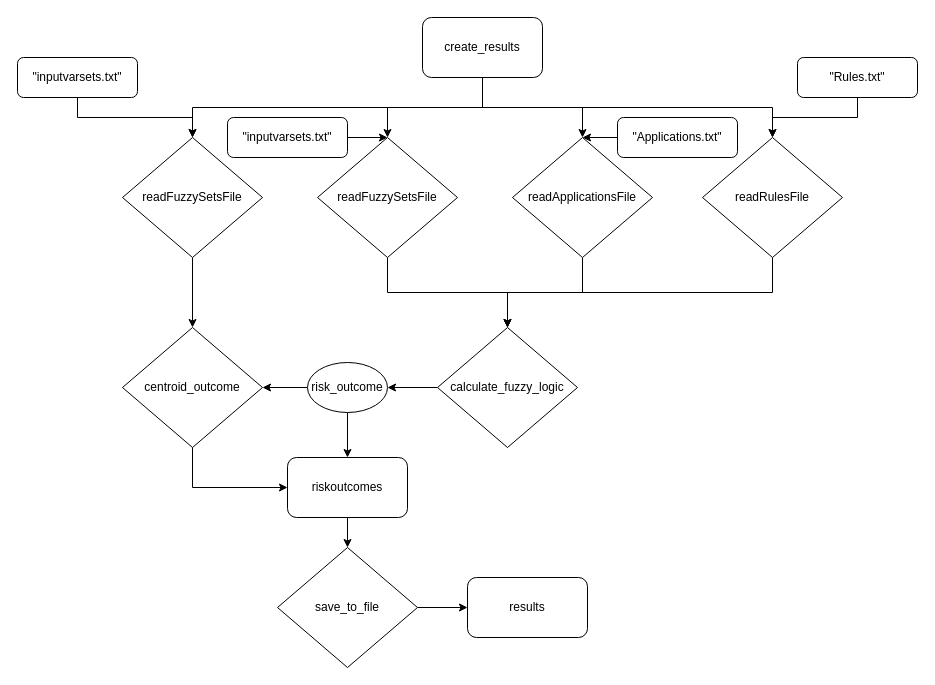
Before: sistema_E_S.drawio in 100495807/trabajo-IA-3.9, a draw.io diagram. Source tidied: cells renumbered, new cells numbered last; positions are measured from the earlier drawing's top-left corner, leaving out a move shared by most shapes. Both pictures are drawn from the tidied source at 100%, with x=0, y=0 at pixel (17, 17).
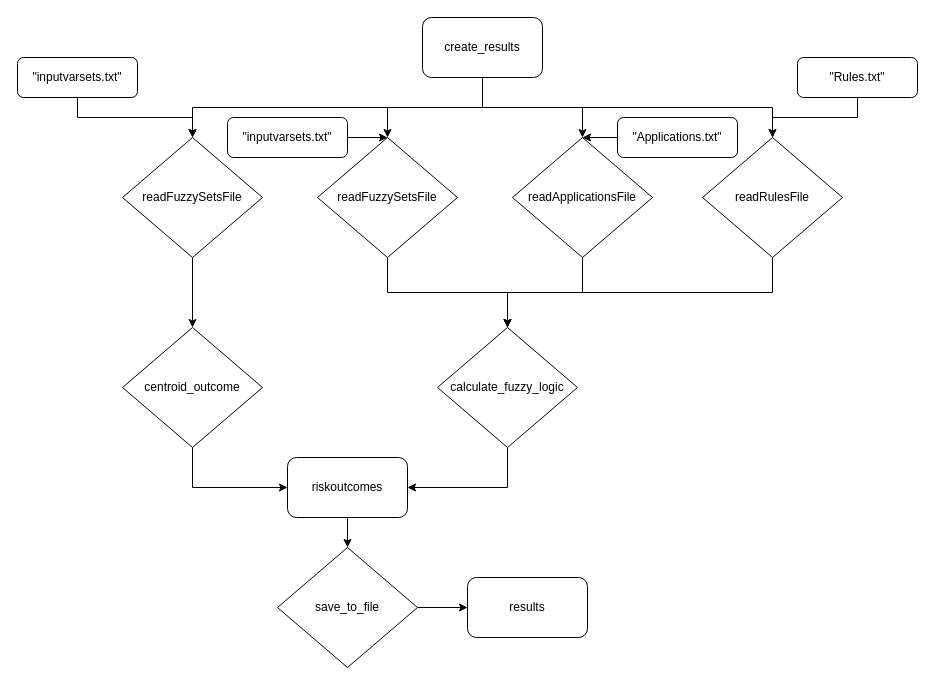
Above is the later version.

Unchanged cells that the change refers to:
```xml
<mxCell id="24" value="calculate_fuzzy_&lt;span style=&quot;background-color: initial;&quot;&gt;logic&lt;/span&gt;" style="rhombus;whiteSpace=wrap;html=1;" parent="1" vertex="1">
  <mxGeometry x="420" y="310" width="140" height="120" as="geometry" />
</mxCell>
<mxCell id="28" value="centroid_outcome" style="rhombus;whiteSpace=wrap;html=1;" parent="1" vertex="1">
  <mxGeometry x="105" y="310" width="140" height="120" as="geometry" />
</mxCell>
<mxCell id="29" value="riskoutcomes" style="rounded=1;whiteSpace=wrap;html=1;" parent="1" vertex="1">
  <mxGeometry x="270" y="440" width="120" height="60" as="geometry" />
</mxCell>
```

Diff of the diagram source:
```diff
@@
-    <mxCell id="23" style="edgeStyle=orthogonalEdgeStyle;rounded=0;jettySize=auto;html=1;" parent="1" edge="1" source="24" target="27">
-      <mxGeometry relative="1" as="geometry" />
-    </mxCell>
@@
-    <mxCell id="25" style="edgeStyle=orthogonalEdgeStyle;rounded=0;jettySize=auto;html=1;" parent="1" edge="1" source="27" target="28">
-      <mxGeometry relative="1" as="geometry" />
-    </mxCell>
-    <mxCell id="26" style="edgeStyle=orthogonalEdgeStyle;rounded=0;jettySize=auto;html=1;" parent="1" edge="1" source="27" target="29">
-      <mxGeometry relative="1" as="geometry" />
-    </mxCell>
-    <mxCell id="27" value="risk_outcome" style="ellipse;whiteSpace=wrap;html=1;" parent="1" vertex="1">
-      <mxGeometry x="290" y="345" width="80" height="50" as="geometry" />
-    </mxCell>
@@
+    <mxCell id="35" style="endArrow=classic;html=1;rounded=0;exitX=0.5;exitY=1;exitDx=0;exitDy=0;entryX=1;entryY=0.5;entryDx=0;entryDy=0;" parent="1" edge="1" source="24" target="29">
+      <mxGeometry relative="1" as="geometry">
+        <Array as="points">
+          <mxPoint x="490" y="470" />
+        </Array>
+      </mxGeometry>
+    </mxCell>
```
